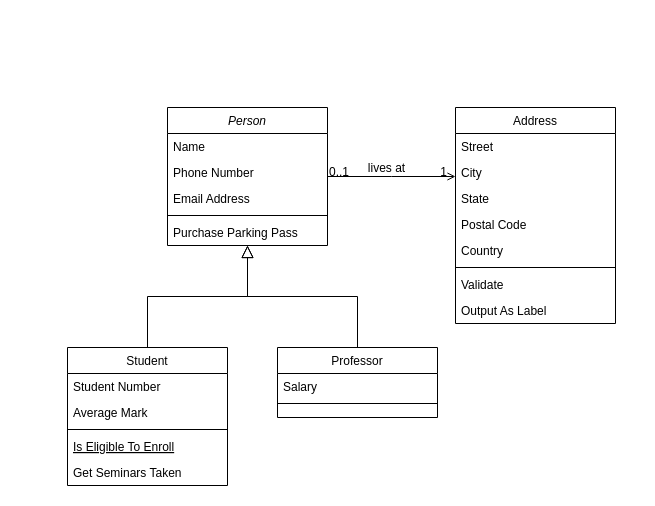
Earlier version of the draw.io diagram Biểu đồ không có tiêu đề.drawio (VanHocAGC/funovaHueweb). Source tidied: cells renumbered, new cells numbered last; positions are measured from the earlier drawing's top-left corner, leaving out a move shared by most shapes. Both pictures are drawn from the tidied source at 100%, with x=0, y=0 at pixel (67, 107).
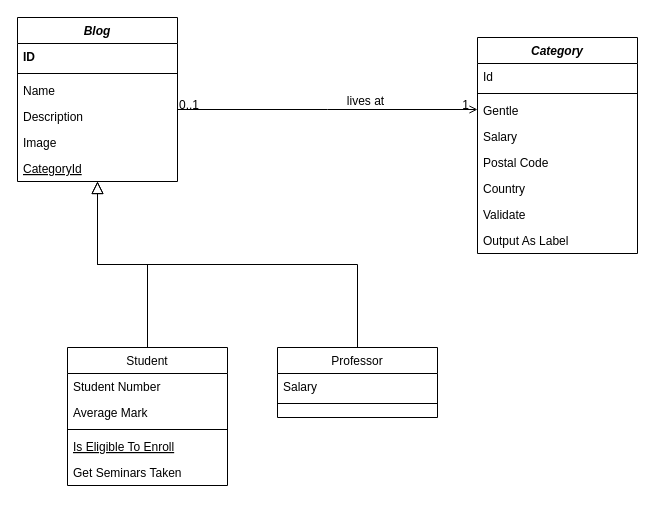
The same diagram, later.

Commit message:
erd draw

Diff of the diagram source:
```diff
@@
-    <mxCell id="2" value="Person" style="swimlane;fontStyle=2;align=center;verticalAlign=top;horizontal=1;startSize=26;rounded=0;shadow=0;strokeWidth=1;" parent="1" vertex="1">
-      <mxGeometry x="100" width="160" height="138" as="geometry" />
+    <mxCell id="2" value="Blog" style="swimlane;fontStyle=3;align=center;verticalAlign=top;horizontal=1;startSize=26;rounded=0;shadow=0;strokeWidth=1;" parent="1" vertex="1">
+      <mxGeometry x="-50" y="-90" width="160" height="164" as="geometry" />
     </mxCell>
-    <mxCell id="3" value="Name" style="text;align=left;verticalAlign=top;spacingLeft=4;spacingRight=4;overflow=hidden;" parent="2" vertex="1">
+    <mxCell id="3" value="ID" style="text;align=left;verticalAlign=top;spacingLeft=4;spacingRight=4;overflow=hidden;fontStyle=1;" parent="2" vertex="1">
       <mxGeometry y="26" width="160" height="26" as="geometry" />
     </mxCell>
-    <mxCell id="4" value="Phone Number" style="text;align=left;verticalAlign=top;spacingLeft=4;spacingRight=4;overflow=hidden;rounded=0;shadow=0;html=0;" parent="2" vertex="1">
-      <mxGeometry y="52" width="160" height="26" as="geometry" />
-    </mxCell>
-    <mxCell id="5" value="Email Address" style="text;align=left;verticalAlign=top;spacingLeft=4;spacingRight=4;overflow=hidden;rounded=0;shadow=0;html=0;" parent="2" vertex="1">
-      <mxGeometry y="78" width="160" height="26" as="geometry" />
-    </mxCell>
     <mxCell id="6" style="line;html=1;strokeWidth=1;align=left;verticalAlign=middle;spacingTop=-1;spacingLeft=3;spacingRight=3;labelPosition=right;" parent="2" vertex="1">
-      <mxGeometry y="104" width="160" height="8" as="geometry" />
+      <mxGeometry y="52" width="160" height="8" as="geometry" />
     </mxCell>
-    <mxCell id="7" value="Purchase Parking Pass" style="text;align=left;verticalAlign=top;spacingLeft=4;spacingRight=4;overflow=hidden;" parent="2" vertex="1">
-      <mxGeometry y="112" width="160" height="26" as="geometry" />
+    <mxCell id="7" value="Name" style="text;align=left;verticalAlign=top;spacingLeft=4;spacingRight=4;overflow=hidden;" parent="2" vertex="1">
+      <mxGeometry y="60" width="160" height="26" as="geometry" />
     </mxCell>
+    <mxCell id="32" value="Description" style="text;align=left;verticalAlign=top;spacingLeft=4;spacingRight=4;overflow=hidden;fontStyle=0;" parent="2" vertex="1">
+      <mxGeometry y="86" width="160" height="26" as="geometry" />
+    </mxCell>
+    <mxCell id="33" value="Image" style="text;align=left;verticalAlign=top;spacingLeft=4;spacingRight=4;overflow=hidden;rounded=0;shadow=0;html=0;" parent="2" vertex="1">
+      <mxGeometry y="112" width="160" height="26" as="geometry" />
+    </mxCell>
+    <mxCell id="34" value="CategoryId" style="text;align=left;verticalAlign=top;spacingLeft=4;spacingRight=4;overflow=hidden;rounded=0;shadow=0;html=0;fontStyle=4;" parent="2" vertex="1">
+      <mxGeometry y="138" width="160" height="26" as="geometry" />
+    </mxCell>
@@
-    <mxCell id="19" value="Address" style="swimlane;fontStyle=0;align=center;verticalAlign=top;horizontal=1;startSize=26;rounded=0;shadow=0;strokeWidth=1;" parent="1" vertex="1">
-      <mxGeometry x="388" width="160" height="216" as="geometry" />
+    <mxCell id="19" value="Category" style="swimlane;fontStyle=3;align=center;verticalAlign=top;horizontal=1;startSize=26;rounded=0;shadow=0;strokeWidth=1;" parent="1" vertex="1">
+      <mxGeometry x="410" y="-70" width="160" height="216" as="geometry" />
     </mxCell>
-    <mxCell id="20" value="Street" style="text;align=left;verticalAlign=top;spacingLeft=4;spacingRight=4;overflow=hidden;" parent="19" vertex="1">
+    <mxCell id="20" value="Id" style="text;align=left;verticalAlign=top;spacingLeft=4;spacingRight=4;overflow=hidden;" parent="19" vertex="1">
       <mxGeometry y="26" width="160" height="26" as="geometry" />
     </mxCell>
+    <mxCell id="25" style="line;html=1;strokeWidth=1;align=left;verticalAlign=middle;spacingTop=-1;spacingLeft=3;spacingRight=3;labelPosition=right;" parent="19" vertex="1">
+      <mxGeometry y="52" width="160" height="8" as="geometry" />
+    </mxCell>
-    <mxCell id="21" value="City" style="text;align=left;verticalAlign=top;spacingLeft=4;spacingRight=4;overflow=hidden;rounded=0;shadow=0;html=0;" parent="19" vertex="1">
-      <mxGeometry y="52" width="160" height="26" as="geometry" />
+    <mxCell id="21" value="Gentle" style="text;align=left;verticalAlign=top;spacingLeft=4;spacingRight=4;overflow=hidden;rounded=0;shadow=0;html=0;" parent="19" vertex="1">
+      <mxGeometry y="60" width="160" height="26" as="geometry" />
     </mxCell>
-    <mxCell id="22" value="State" style="text;align=left;verticalAlign=top;spacingLeft=4;spacingRight=4;overflow=hidden;rounded=0;shadow=0;html=0;" parent="19" vertex="1">
-      <mxGeometry y="78" width="160" height="26" as="geometry" />
+    <mxCell id="22" value="Salary" style="text;align=left;verticalAlign=top;spacingLeft=4;spacingRight=4;overflow=hidden;rounded=0;shadow=0;html=0;" parent="19" vertex="1">
+      <mxGeometry y="86" width="160" height="26" as="geometry" />
     </mxCell>
     <mxCell id="23" value="Postal Code" style="text;align=left;verticalAlign=top;spacingLeft=4;spacingRight=4;overflow=hidden;rounded=0;shadow=0;html=0;" parent="19" vertex="1">
-      <mxGeometry y="104" width="160" height="26" as="geometry" />
+      <mxGeometry y="112" width="160" height="26" as="geometry" />
     </mxCell>
     <mxCell id="24" value="Country" style="text;align=left;verticalAlign=top;spacingLeft=4;spacingRight=4;overflow=hidden;rounded=0;shadow=0;html=0;" parent="19" vertex="1">
-      <mxGeometry y="130" width="160" height="26" as="geometry" />
+      <mxGeometry y="138" width="160" height="26" as="geometry" />
     </mxCell>
-    <mxCell id="25" style="line;html=1;strokeWidth=1;align=left;verticalAlign=middle;spacingTop=-1;spacingLeft=3;spacingRight=3;labelPosition=right;" parent="19" vertex="1">
-      <mxGeometry y="156" width="160" height="8" as="geometry" />
-    </mxCell>
```
